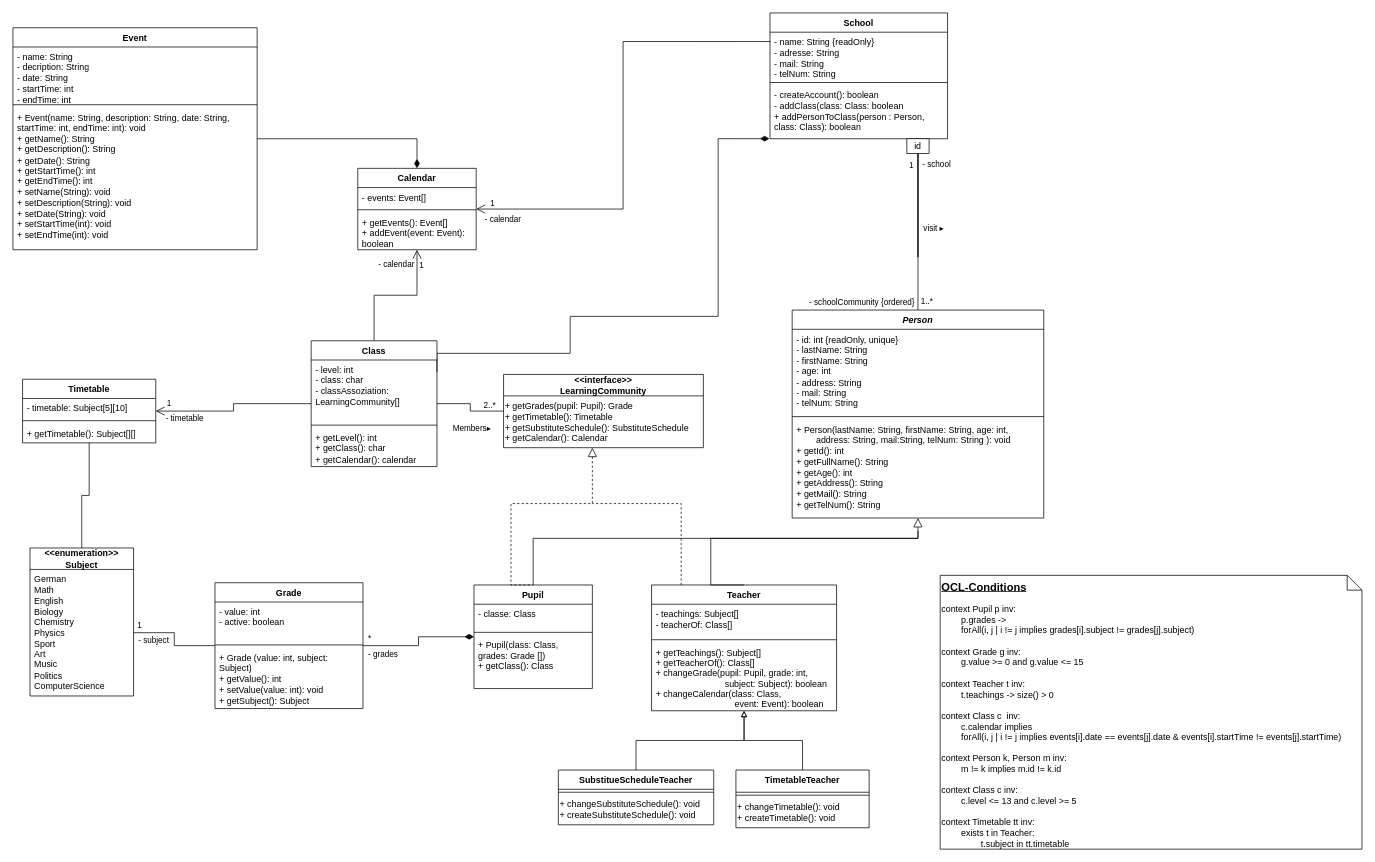
TrainFan1804/SchulverwaltungUML keeps this draw.io diagram as ClassDiagram.drawio. Above is the earlier version. Source tidied: cells renumbered, new cells numbered last; positions are measured from the earlier drawing's top-left corner, leaving out a move shared by most shapes. Both pictures are drawn from the tidied source at 74%, with x=0, y=0 at pixel (13, 13).
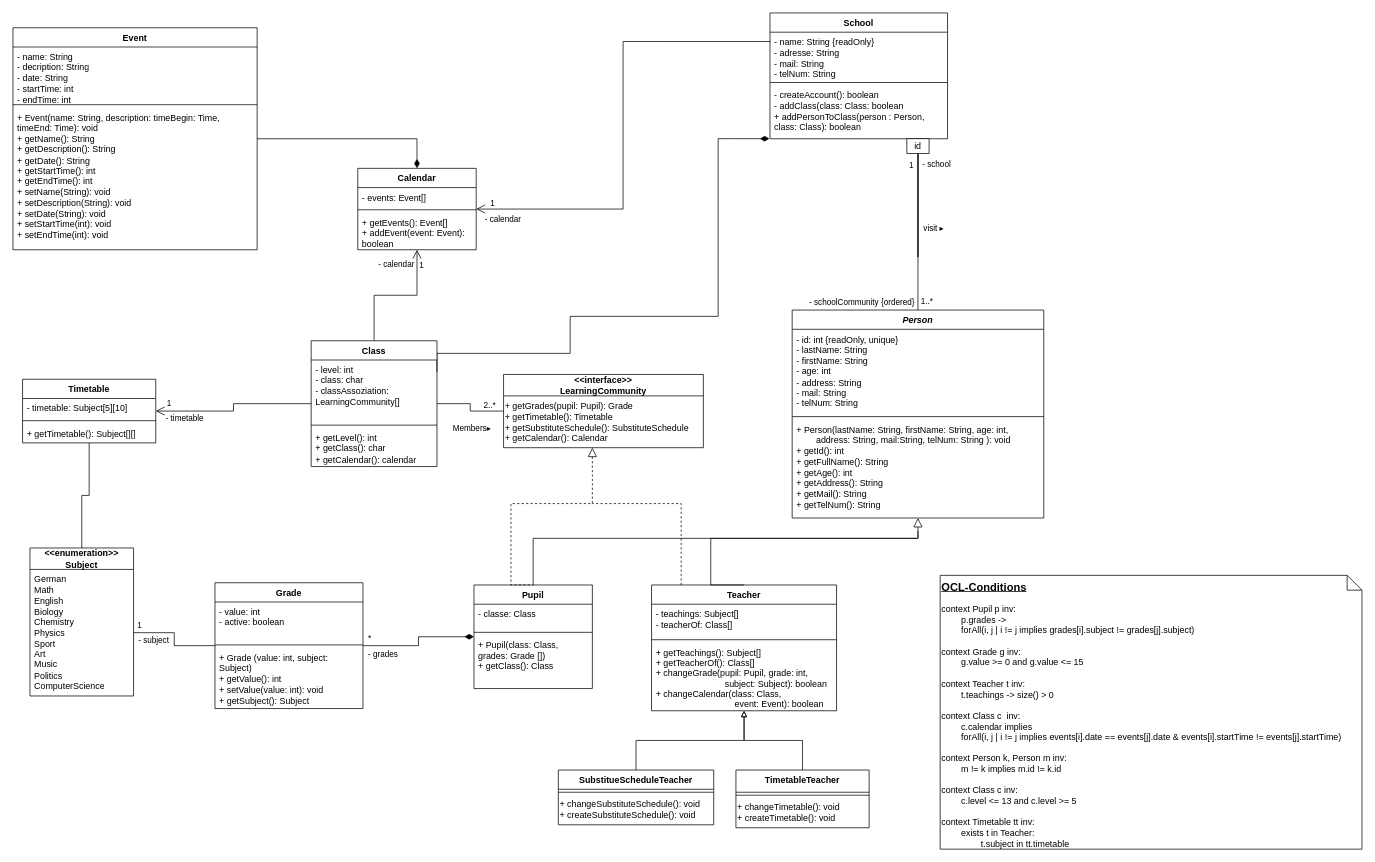
The same page after the edit.

Unchanged cells that the change refers to:
```xml
<mxCell id="75" value="&lt;div&gt;Event&lt;/div&gt;" style="swimlane;fontStyle=1;align=center;verticalAlign=top;horizontal=1;startSize=26;whiteSpace=wrap;html=1;" parent="1" vertex="1">
  <mxGeometry y="20" width="330" height="300" as="geometry" />
</mxCell>
```

The edit, as a diff of the source:
```diff
@@
-    <mxCell id="78" value="&lt;div&gt;+ Event(name: String, description: String, date: String, startTime: int, endTime: int): void&lt;br&gt;&lt;/div&gt;&lt;div&gt;+ getName(): String&lt;/div&gt;&lt;div&gt;+ getDescription(): String&lt;/div&gt;&lt;div&gt;+ getDate(): String&lt;br&gt;&lt;/div&gt;&lt;div&gt;+ getStartTime(): int&lt;/div&gt;&lt;div&gt;+ getEndTime(): int&lt;/div&gt;&lt;div&gt;&lt;div&gt;+ setName(String):&amp;nbsp;&lt;span style=&quot;background-color: initial;&quot;&gt;void&lt;/span&gt;&lt;/div&gt;&lt;div&gt;+ setDescription(String):&amp;nbsp;&lt;span style=&quot;background-color: initial;&quot;&gt;void&lt;/span&gt;&lt;/div&gt;&lt;div&gt;+ setDate(String):&amp;nbsp;&lt;span style=&quot;background-color: initial;&quot;&gt;void&lt;/span&gt;&lt;br&gt;&lt;/div&gt;&lt;div&gt;+ setStartTime(int):&amp;nbsp;&lt;span style=&quot;background-color: initial;&quot;&gt;void&lt;/span&gt;&lt;/div&gt;&lt;div&gt;+ setEndTime(int): void&lt;/div&gt;&lt;/div&gt;" style="text;strokeColor=none;fillColor=none;align=left;verticalAlign=top;spacingLeft=4;spacingRight=4;overflow=hidden;whiteSpace=wrap;html=1;" parent="75" vertex="1">
+    <mxCell id="78" value="&lt;div&gt;+ Event(name: String, description: timeBegin: Time, timeEnd: Time): void&lt;br&gt;&lt;/div&gt;&lt;div&gt;+ getName(): String&lt;/div&gt;&lt;div&gt;+ getDescription(): String&lt;/div&gt;&lt;div&gt;+ getDate(): String&lt;br&gt;&lt;/div&gt;&lt;div&gt;+ getStartTime(): int&lt;/div&gt;&lt;div&gt;+ getEndTime(): int&lt;/div&gt;&lt;div&gt;&lt;div&gt;+ setName(String):&amp;nbsp;&lt;span style=&quot;background-color: initial;&quot;&gt;void&lt;/span&gt;&lt;/div&gt;&lt;div&gt;+ setDescription(String):&amp;nbsp;&lt;span style=&quot;background-color: initial;&quot;&gt;void&lt;/span&gt;&lt;/div&gt;&lt;div&gt;+ setDate(String):&amp;nbsp;&lt;span style=&quot;background-color: initial;&quot;&gt;void&lt;/span&gt;&lt;br&gt;&lt;/div&gt;&lt;div&gt;+ setStartTime(int):&amp;nbsp;&lt;span style=&quot;background-color: initial;&quot;&gt;void&lt;/span&gt;&lt;/div&gt;&lt;div&gt;+ setEndTime(int): void&lt;/div&gt;&lt;/div&gt;" style="text;strokeColor=none;fillColor=none;align=left;verticalAlign=top;spacingLeft=4;spacingRight=4;overflow=hidden;whiteSpace=wrap;html=1;" parent="75" vertex="1">
       <mxGeometry y="108" width="330" height="192" as="geometry" />
     </mxCell>
```
